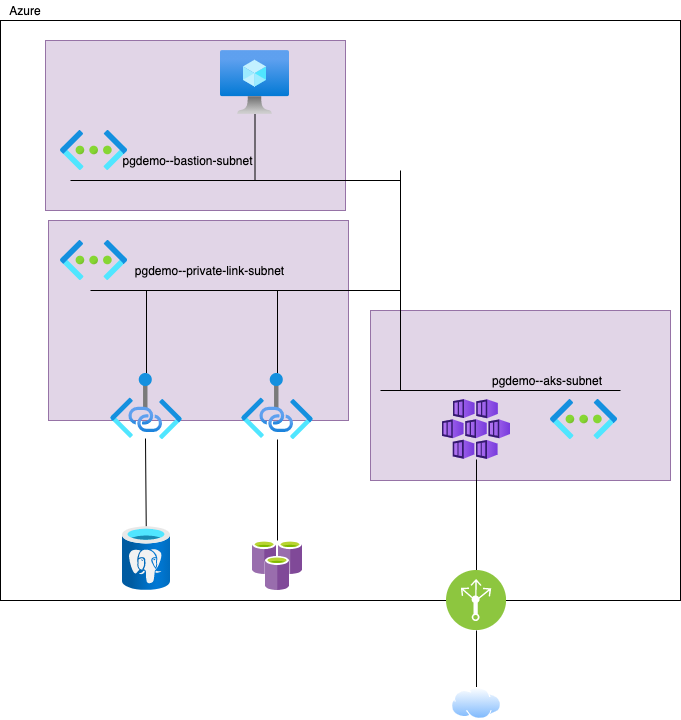
The draw.io diagram diagrams/network-diagram.drawio.png in ap-communications/acsg-pgdemo, before a commit. Source tidied: cells renumbered, new cells last; positions are measured from the earlier drawing's top-left corner, leaving out a move shared by most shapes. Its diagram source:
```xml
<mxGraphModel>
  <root>
    <mxCell id="0" />
    <mxCell id="1" parent="0" />
    <mxCell id="2" style="rounded=0;whiteSpace=wrap;html=1;" parent="1" vertex="1">
      <mxGeometry y="20" width="680" height="580" as="geometry" />
    </mxCell>
    <mxCell id="3" style="rounded=0;whiteSpace=wrap;html=1;fillColor=#e1d5e7;strokeColor=#9673a6;" parent="1" vertex="1">
      <mxGeometry x="370" y="310" width="300" height="170" as="geometry" />
    </mxCell>
    <mxCell id="4" style="rounded=0;whiteSpace=wrap;html=1;fillColor=#e1d5e7;strokeColor=#9673a6;" parent="1" vertex="1">
      <mxGeometry x="45" y="40" width="300" height="170" as="geometry" />
    </mxCell>
    <mxCell id="5" style="rounded=0;whiteSpace=wrap;html=1;fillColor=#e1d5e7;strokeColor=#9673a6;" parent="1" vertex="1">
      <mxGeometry x="48" y="220" width="300" height="200" as="geometry" />
    </mxCell>
    <mxCell id="6" style="html=1;points=[];align=center;image;fontSize=12;image=img/lib/azure2/containers/Kubernetes_Services.svg;" parent="1" vertex="1">
      <mxGeometry x="442" y="399" width="68" height="60" as="geometry" />
    </mxCell>
    <mxCell id="7" style="edgeStyle=none;rounded=0;jettySize=auto;html=1;entryX=0.486;entryY=0.985;entryDx=0;entryDy=0;entryPerimeter=0;endArrow=none;endFill=0;" parent="1" edge="1" source="8" target="10">
      <mxGeometry relative="1" as="geometry" />
    </mxCell>
    <mxCell id="8" style="html=1;points=[];align=center;image;fontSize=12;image=img/lib/azure2/databases/Azure_Database_PostgreSQL_Server.svg;" parent="1" vertex="1">
      <mxGeometry x="122" y="526" width="48" height="64" as="geometry" />
    </mxCell>
    <mxCell id="9" style="edgeStyle=none;rounded=0;jettySize=auto;html=1;endArrow=none;endFill=0;" parent="1" edge="1" source="10">
      <mxGeometry relative="1" as="geometry">
        <mxPoint x="146" y="290" as="targetPoint" />
      </mxGeometry>
    </mxCell>
    <mxCell id="10" style="html=1;points=[];align=center;image;fontSize=12;image=img/lib/azure2/networking/Private_Link.svg;" parent="1" vertex="1">
      <mxGeometry x="110" y="373" width="72" height="66" as="geometry" />
    </mxCell>
    <mxCell id="11" style="edgeStyle=none;rounded=0;jettySize=auto;html=1;endArrow=none;endFill=0;" parent="1" edge="1" source="12" target="14">
      <mxGeometry relative="1" as="geometry" />
    </mxCell>
    <mxCell id="12" style="html=1;points=[];align=center;image;fontSize=12;image=img/lib/mscae/Azure_Cache_for_Redis.svg;" parent="1" vertex="1">
      <mxGeometry x="252" y="540" width="50" height="50" as="geometry" />
    </mxCell>
    <mxCell id="13" style="rounded=0;jettySize=auto;html=1;endArrow=none;endFill=0;" parent="1" edge="1" source="14">
      <mxGeometry relative="1" as="geometry">
        <mxPoint x="277" y="290" as="targetPoint" />
      </mxGeometry>
    </mxCell>
    <mxCell id="14" style="html=1;points=[];align=center;image;fontSize=12;image=img/lib/azure2/networking/Private_Link.svg;" parent="1" vertex="1">
      <mxGeometry x="241" y="373" width="72" height="66" as="geometry" />
    </mxCell>
    <mxCell id="15" style="endArrow=none;html=1;" parent="1" edge="1">
      <mxGeometry relative="1" as="geometry">
        <mxPoint x="90" y="290" as="sourcePoint" />
        <mxPoint x="400" y="290" as="targetPoint" />
      </mxGeometry>
    </mxCell>
    <mxCell id="16" style="html=1;align=center;image;fontSize=12;image=img/lib/azure2/networking/Virtual_Networks.svg;" parent="1" vertex="1">
      <mxGeometry x="60" y="240" width="67" height="40" as="geometry" />
    </mxCell>
    <mxCell id="17" style="endArrow=none;html=1;" parent="1" edge="1">
      <mxGeometry relative="1" as="geometry">
        <mxPoint x="380" y="390" as="sourcePoint" />
        <mxPoint x="620" y="390" as="targetPoint" />
      </mxGeometry>
    </mxCell>
    <mxCell id="18" style="html=1;align=center;image;fontSize=12;image=img/lib/azure2/networking/Virtual_Networks.svg;" parent="1" vertex="1">
      <mxGeometry x="550" y="399" width="67" height="40" as="geometry" />
    </mxCell>
    <mxCell id="19" style="endArrow=none;html=1;" parent="1" edge="1">
      <mxGeometry relative="1" as="geometry">
        <mxPoint x="400" y="390" as="sourcePoint" />
        <mxPoint x="400" y="170" as="targetPoint" />
      </mxGeometry>
    </mxCell>
    <mxCell id="20" style="endArrow=none;html=1;" parent="1" edge="1">
      <mxGeometry relative="1" as="geometry">
        <mxPoint x="70" y="180" as="sourcePoint" />
        <mxPoint x="400" y="180" as="targetPoint" />
      </mxGeometry>
    </mxCell>
    <mxCell id="21" style="edgeStyle=none;rounded=0;jettySize=auto;html=1;endArrow=none;endFill=0;" parent="1" edge="1" source="22">
      <mxGeometry relative="1" as="geometry">
        <mxPoint x="254.5" y="180" as="targetPoint" />
      </mxGeometry>
    </mxCell>
    <mxCell id="22" style="html=1;points=[];align=center;image;fontSize=12;image=img/lib/azure2/compute/Virtual_Machine.svg;" parent="1" vertex="1">
      <mxGeometry x="220" y="50" width="69" height="64" as="geometry" />
    </mxCell>
    <mxCell id="23" style="html=1;align=center;image;fontSize=12;image=img/lib/azure2/networking/Virtual_Networks.svg;" parent="1" vertex="1">
      <mxGeometry x="60" y="130" width="67" height="40" as="geometry" />
    </mxCell>
    <mxCell id="24" style="edgeStyle=none;rounded=0;jettySize=auto;html=1;endArrow=none;endFill=0;" parent="1" edge="1" source="28" target="2">
      <mxGeometry relative="1" as="geometry" />
    </mxCell>
    <mxCell id="25" style="edgeStyle=none;rounded=0;jettySize=auto;html=1;endArrow=none;endFill=0;" parent="1" edge="1" source="28" target="2">
      <mxGeometry relative="1" as="geometry" />
    </mxCell>
    <mxCell id="26" style="edgeStyle=none;rounded=0;jettySize=auto;html=1;endArrow=none;endFill=0;" parent="1" edge="1" source="28" target="2">
      <mxGeometry relative="1" as="geometry" />
    </mxCell>
    <mxCell id="27" style="edgeStyle=none;rounded=0;jettySize=auto;html=1;endArrow=none;endFill=0;" parent="1" edge="1" source="28" target="6">
      <mxGeometry relative="1" as="geometry" />
    </mxCell>
    <mxCell id="28" style="perimeter=ellipsePerimeter;html=1;align=center;shadow=0;dashed=0;fontColor=#4277BB;labelBackgroundColor=#ffffff;fontSize=12;spacingTop=3;image;image=img/lib/ibm/infrastructure/load_balancing_routing.svg;" parent="1" vertex="1">
      <mxGeometry x="446" y="570" width="60" height="60" as="geometry" />
    </mxCell>
    <mxCell id="29" style="edgeStyle=none;rounded=0;jettySize=auto;html=1;entryX=0.5;entryY=1;entryDx=0;entryDy=0;endArrow=none;endFill=0;" parent="1" edge="1" source="30" target="28">
      <mxGeometry relative="1" as="geometry" />
    </mxCell>
    <mxCell id="30" style="perimeter=ellipsePerimeter;html=1;align=center;shadow=0;dashed=0;spacingTop=3;image;image=img/lib/active_directory/internet_cloud.svg;" parent="1" vertex="1">
      <mxGeometry x="451" y="687" width="50" height="31.5" as="geometry" />
    </mxCell>
    <mxCell id="31" value="pgdemo--aks-subnet" style="text;html=1;strokeColor=none;fillColor=none;align=center;verticalAlign=middle;whiteSpace=wrap;rounded=0;fontColor=#000000;" parent="1" vertex="1">
      <mxGeometry x="477" y="370" width="140" height="20" as="geometry" />
    </mxCell>
    <mxCell id="32" value="pgdemo--private-link-subnet" style="text;html=1;strokeColor=none;fillColor=none;align=center;verticalAlign=middle;whiteSpace=wrap;rounded=0;fontColor=#000000;" parent="1" vertex="1">
      <mxGeometry x="122" y="260" width="175" height="20" as="geometry" />
    </mxCell>
    <mxCell id="33" value="pgdemo--bastion-subnet" style="text;html=1;align=center;verticalAlign=middle;whiteSpace=wrap;rounded=0;fontColor=#000000;" parent="1" vertex="1">
      <mxGeometry x="100" y="150" width="175" height="20" as="geometry" />
    </mxCell>
    <mxCell id="34" value="Azure" style="text;html=1;strokeColor=none;fillColor=none;align=center;verticalAlign=middle;whiteSpace=wrap;rounded=0;" parent="1" vertex="1">
      <mxGeometry x="5" width="40" height="20" as="geometry" />
    </mxCell>
  </root>
</mxGraphModel>
```
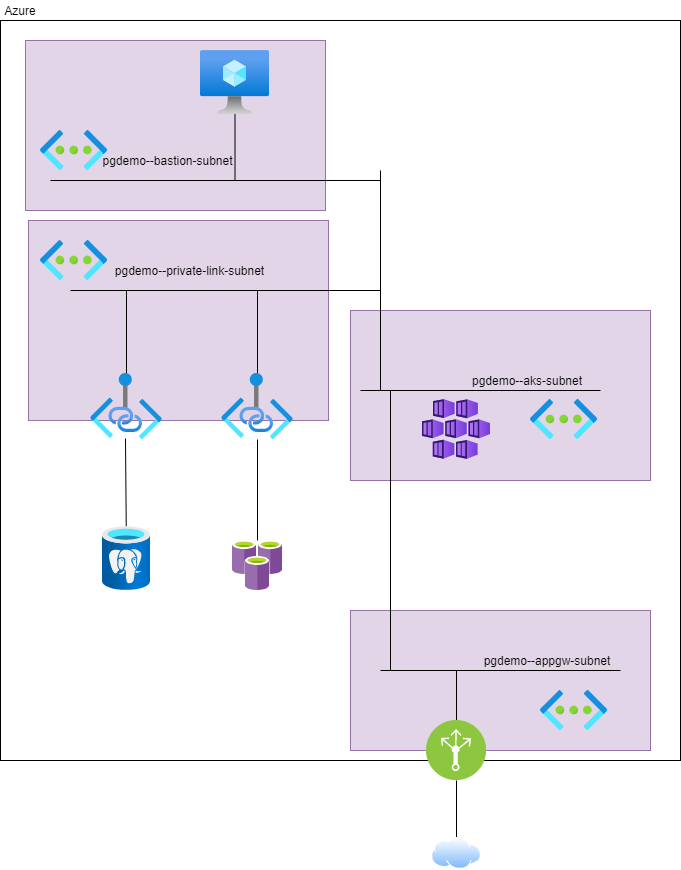
The same diagram one commit later.

Diff of the diagram source:
```diff
@@ -3,8 +3,11 @@
     <mxCell id="0" />
     <mxCell id="1" parent="0" />
     <mxCell id="2" style="rounded=0;whiteSpace=wrap;html=1;" parent="1" vertex="1">
-      <mxGeometry y="20" width="680" height="580" as="geometry" />
+      <mxGeometry x="20" y="20" width="680" height="740" as="geometry" />
     </mxCell>
+    <mxCell id="35" style="rounded=0;whiteSpace=wrap;html=1;fillColor=#e1d5e7;strokeColor=#9673a6;" parent="1" vertex="1">
+      <mxGeometry x="370" y="610" width="300" height="140" as="geometry" />
+    </mxCell>
     <mxCell id="3" style="rounded=0;whiteSpace=wrap;html=1;fillColor=#e1d5e7;strokeColor=#9673a6;" parent="1" vertex="1">
       <mxGeometry x="370" y="310" width="300" height="170" as="geometry" />
     </mxCell>
@@ -86,26 +89,19 @@
     <mxCell id="23" style="html=1;align=center;image;fontSize=12;image=img/lib/azure2/networking/Virtual_Networks.svg;" parent="1" vertex="1">
       <mxGeometry x="60" y="130" width="67" height="40" as="geometry" />
     </mxCell>
-    <mxCell id="24" style="edgeStyle=none;rounded=0;jettySize=auto;html=1;endArrow=none;endFill=0;" parent="1" edge="1" source="28" target="2">
-      <mxGeometry relative="1" as="geometry" />
-    </mxCell>
-    <mxCell id="25" style="edgeStyle=none;rounded=0;jettySize=auto;html=1;endArrow=none;endFill=0;" parent="1" edge="1" source="28" target="2">
-      <mxGeometry relative="1" as="geometry" />
-    </mxCell>
-    <mxCell id="26" style="edgeStyle=none;rounded=0;jettySize=auto;html=1;endArrow=none;endFill=0;" parent="1" edge="1" source="28" target="2">
-      <mxGeometry relative="1" as="geometry" />
-    </mxCell>
-    <mxCell id="27" style="edgeStyle=none;rounded=0;jettySize=auto;html=1;endArrow=none;endFill=0;" parent="1" edge="1" source="28" target="6">
-      <mxGeometry relative="1" as="geometry" />
+    <mxCell id="27" style="edgeStyle=none;rounded=0;jettySize=auto;html=1;endArrow=none;endFill=0;" parent="1" edge="1" source="28">
+      <mxGeometry relative="1" as="geometry">
+        <mxPoint x="476" y="670" as="targetPoint" />
+      </mxGeometry>
     </mxCell>
     <mxCell id="28" style="perimeter=ellipsePerimeter;html=1;align=center;shadow=0;dashed=0;fontColor=#4277BB;labelBackgroundColor=#ffffff;fontSize=12;spacingTop=3;image;image=img/lib/ibm/infrastructure/load_balancing_routing.svg;" parent="1" vertex="1">
-      <mxGeometry x="446" y="570" width="60" height="60" as="geometry" />
+      <mxGeometry x="446" y="720" width="60" height="60" as="geometry" />
     </mxCell>
     <mxCell id="29" style="edgeStyle=none;rounded=0;jettySize=auto;html=1;entryX=0.5;entryY=1;entryDx=0;entryDy=0;endArrow=none;endFill=0;" parent="1" edge="1" source="30" target="28">
       <mxGeometry relative="1" as="geometry" />
     </mxCell>
     <mxCell id="30" style="perimeter=ellipsePerimeter;html=1;align=center;shadow=0;dashed=0;spacingTop=3;image;image=img/lib/active_directory/internet_cloud.svg;" parent="1" vertex="1">
-      <mxGeometry x="451" y="687" width="50" height="31.5" as="geometry" />
+      <mxGeometry x="451" y="837" width="50" height="31.5" as="geometry" />
     </mxCell>
     <mxCell id="31" value="pgdemo--aks-subnet" style="text;html=1;strokeColor=none;fillColor=none;align=center;verticalAlign=middle;whiteSpace=wrap;rounded=0;fontColor=#000000;" parent="1" vertex="1">
       <mxGeometry x="477" y="370" width="140" height="20" as="geometry" />
@@ -117,7 +113,25 @@
       <mxGeometry x="100" y="150" width="175" height="20" as="geometry" />
     </mxCell>
     <mxCell id="34" value="Azure" style="text;html=1;strokeColor=none;fillColor=none;align=center;verticalAlign=middle;whiteSpace=wrap;rounded=0;" parent="1" vertex="1">
-      <mxGeometry x="5" width="40" height="20" as="geometry" />
+      <mxGeometry x="20" width="40" height="20" as="geometry" />
     </mxCell>
+    <mxCell id="36" style="endArrow=none;html=1;" parent="1" edge="1">
+      <mxGeometry relative="1" as="geometry">
+        <mxPoint x="400" y="670" as="sourcePoint" />
+        <mxPoint x="640" y="670" as="targetPoint" />
+      </mxGeometry>
+    </mxCell>
+    <mxCell id="37" value="pgdemo--appgw-subnet" style="text;html=1;strokeColor=none;fillColor=none;align=center;verticalAlign=middle;whiteSpace=wrap;rounded=0;fontColor=#000000;" parent="1" vertex="1">
+      <mxGeometry x="497" y="650" width="140" height="20" as="geometry" />
+    </mxCell>
+    <mxCell id="38" style="endArrow=none;html=1;" parent="1" edge="1">
+      <mxGeometry relative="1" as="geometry">
+        <mxPoint x="410" y="670" as="sourcePoint" />
+        <mxPoint x="410" y="390" as="targetPoint" />
+      </mxGeometry>
+    </mxCell>
+    <mxCell id="39" style="html=1;align=center;image;fontSize=12;image=img/lib/azure2/networking/Virtual_Networks.svg;" parent="1" vertex="1">
+      <mxGeometry x="560" y="690" width="67" height="40" as="geometry" />
+    </mxCell>
   </root>
 </mxGraphModel>
```
